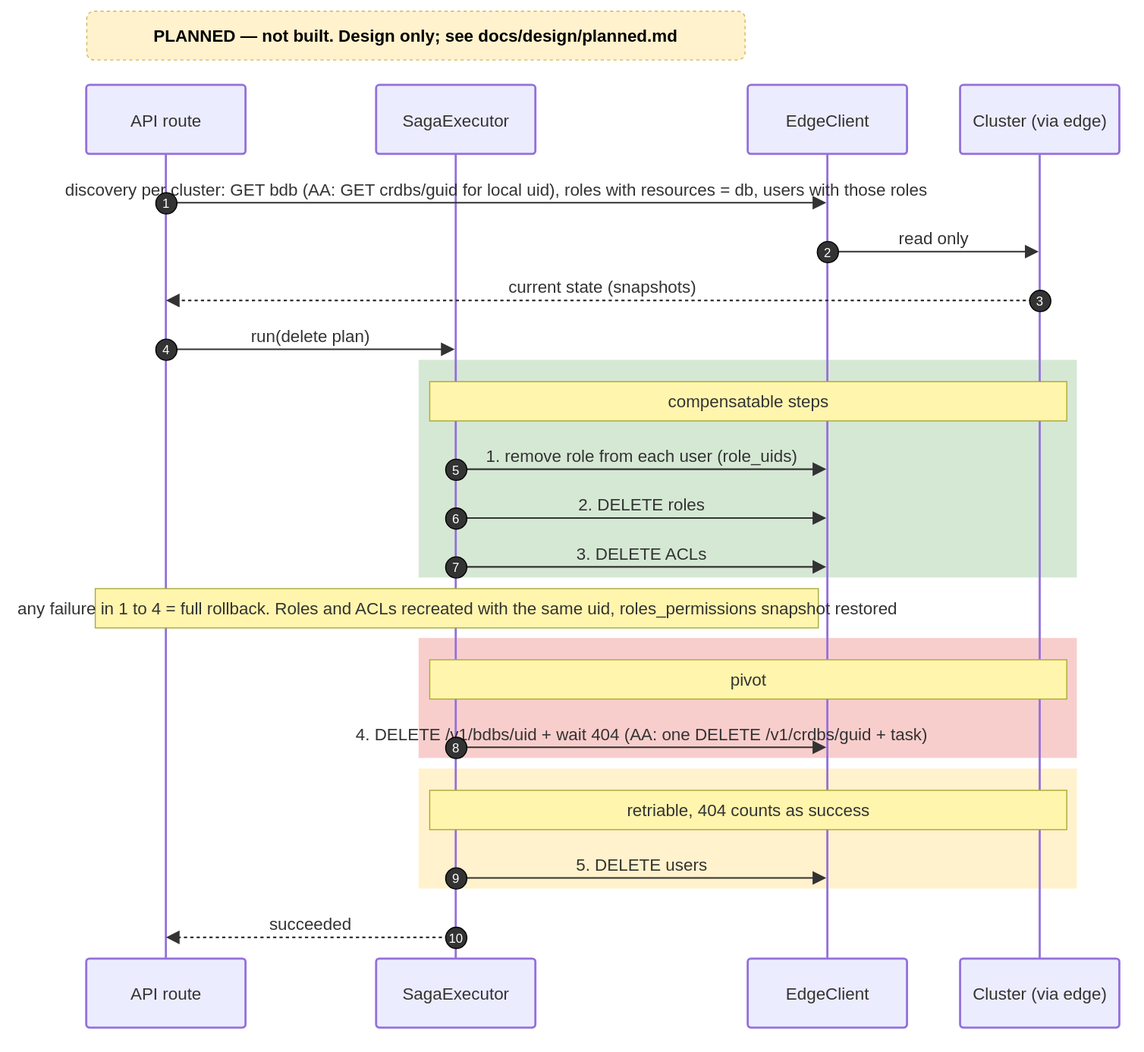
EliShteinman/redis-enterprise-services keeps this draw.io diagram as docs/diagrams/planned/p2-seq-delete.drawio.svg. Above is the earlier version. Source tidied: cells renumbered, new cells last; positions are measured from the earlier drawing's top-left corner, leaving out a move shared by most shapes.
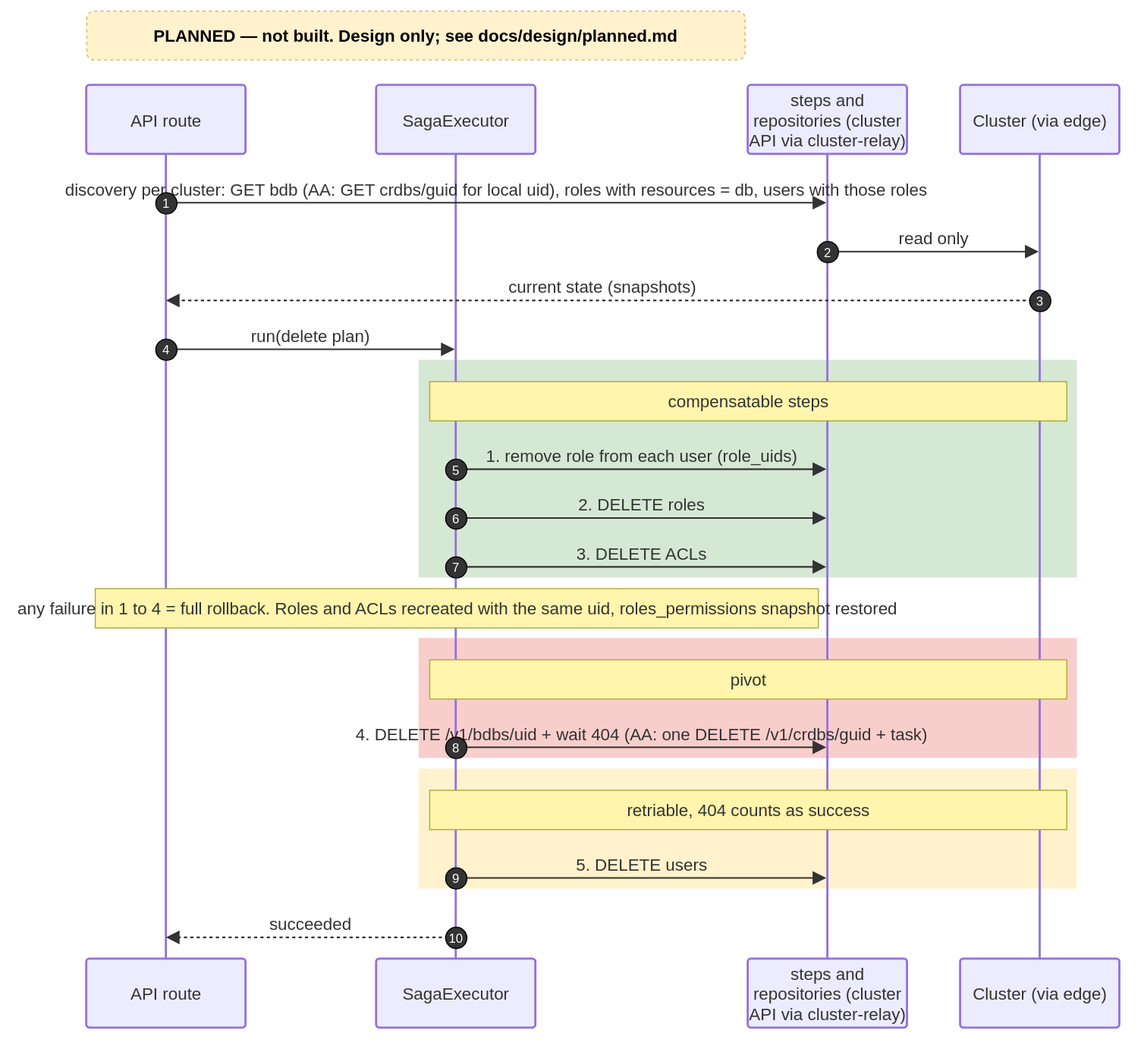
Later version of the same file.

What changed in the source:
```diff
@@ -17,7 +17,7 @@
     <mxCell id="6" value="SagaExecutor" style="html=1;shape=umlLifeline;perimeter=lifelinePerimeter;whiteSpace=wrap;outlineConnect=0;portConstraint=eastwest;newEdgeStyle={&quot;edgeStyle&quot;:&quot;sequenceEdgeStyle&quot;,&quot;libavoidRouting&quot;:0,&quot;curved&quot;:0,&quot;rounded&quot;:0};lifelineDashed=0;strokeWidth=2;rounded=1;absoluteArcSize=1;arcSize=6;lifelineColor=light-dark(#9370DB,#cccccc);size=65;lifelineMirror=1;fillColor=light-dark(#ECECFF,#1f2020);strokeColor=light-dark(#9370DB,#cccccc);fontColor=light-dark(#333333,#cccccc);fontFamily=Trebuchet MS,Verdana,Arial,sans-serif;fontSize=16;" parent="1" vertex="1">
       <mxGeometry x="273" y="70" width="150" height="888" as="geometry" />
     </mxCell>
-    <mxCell id="7" value="EdgeClient" style="html=1;shape=umlLifeline;perimeter=lifelinePerimeter;whiteSpace=wrap;outlineConnect=0;portConstraint=eastwest;newEdgeStyle={&quot;edgeStyle&quot;:&quot;sequenceEdgeStyle&quot;,&quot;libavoidRouting&quot;:0,&quot;curved&quot;:0,&quot;rounded&quot;:0};lifelineDashed=0;strokeWidth=2;rounded=1;absoluteArcSize=1;arcSize=6;lifelineColor=light-dark(#9370DB,#cccccc);size=65;lifelineMirror=1;fillColor=light-dark(#ECECFF,#1f2020);strokeColor=light-dark(#9370DB,#cccccc);fontColor=light-dark(#333333,#cccccc);fontFamily=Trebuchet MS,Verdana,Arial,sans-serif;fontSize=16;" parent="1" vertex="1">
+    <mxCell id="7" value="steps and repositories (cluster API via cluster-relay)" style="html=1;shape=umlLifeline;perimeter=lifelinePerimeter;whiteSpace=wrap;outlineConnect=0;portConstraint=eastwest;newEdgeStyle={&quot;edgeStyle&quot;:&quot;sequenceEdgeStyle&quot;,&quot;libavoidRouting&quot;:0,&quot;curved&quot;:0,&quot;rounded&quot;:0};lifelineDashed=0;strokeWidth=2;rounded=1;absoluteArcSize=1;arcSize=6;lifelineColor=light-dark(#9370DB,#cccccc);size=65;lifelineMirror=1;fillColor=light-dark(#ECECFF,#1f2020);strokeColor=light-dark(#9370DB,#cccccc);fontColor=light-dark(#333333,#cccccc);fontFamily=Trebuchet MS,Verdana,Arial,sans-serif;fontSize=16;" parent="1" vertex="1">
       <mxGeometry x="623" y="70" width="150" height="888" as="geometry" />
     </mxCell>
     <mxCell id="8" value="Cluster (via edge)" style="html=1;shape=umlLifeline;perimeter=lifelinePerimeter;whiteSpace=wrap;outlineConnect=0;portConstraint=eastwest;newEdgeStyle={&quot;edgeStyle&quot;:&quot;sequenceEdgeStyle&quot;,&quot;libavoidRouting&quot;:0,&quot;curved&quot;:0,&quot;rounded&quot;:0};lifelineDashed=0;strokeWidth=2;rounded=1;absoluteArcSize=1;arcSize=6;lifelineColor=light-dark(#9370DB,#cccccc);size=65;lifelineMirror=1;fillColor=light-dark(#ECECFF,#1f2020);strokeColor=light-dark(#9370DB,#cccccc);fontColor=light-dark(#333333,#cccccc);fontFamily=Trebuchet MS,Verdana,Arial,sans-serif;fontSize=16;" parent="1" vertex="1">
```
